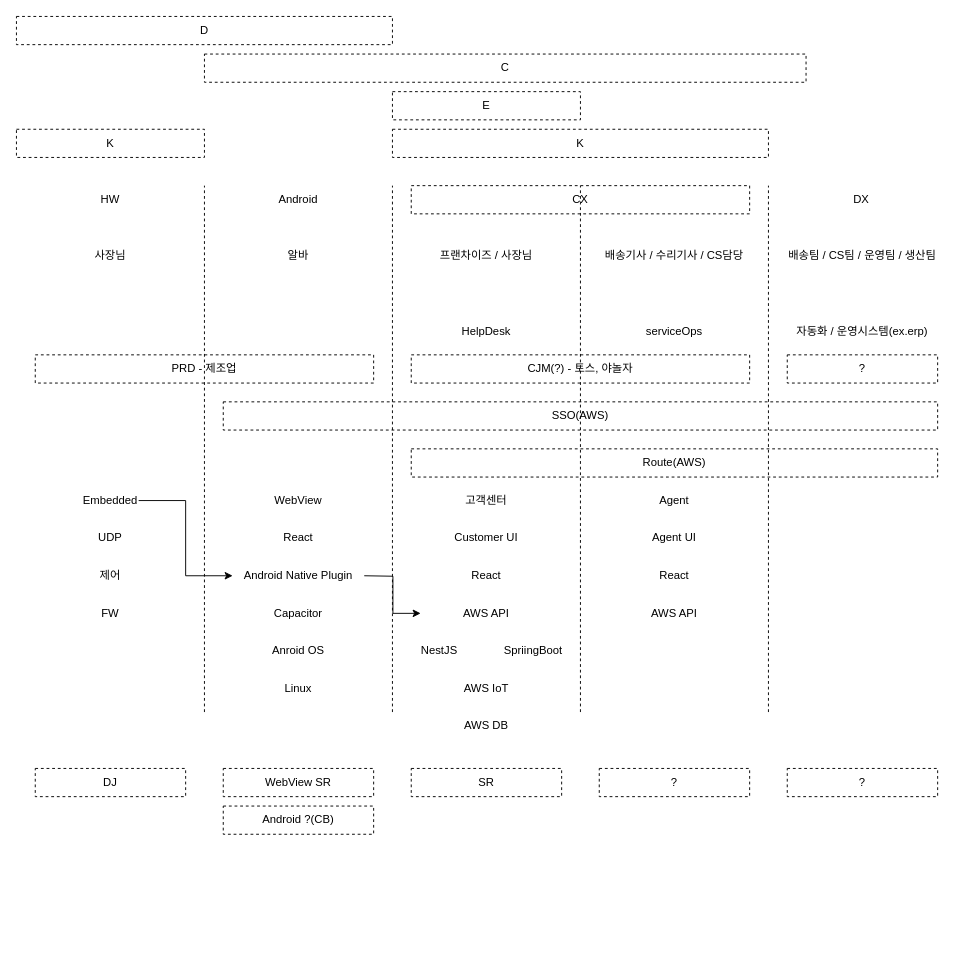
This is 제목 없는 다이어그램.drawio from devchan64/note, a draw.io file, before an edit. Source tidied: cells renumbered, new cells numbered last; positions are measured from the earlier drawing's top-left corner, leaving out a move shared by most shapes. Both pictures are drawn from the tidied source at 94%, with x=0, y=0 at pixel (16, 16).
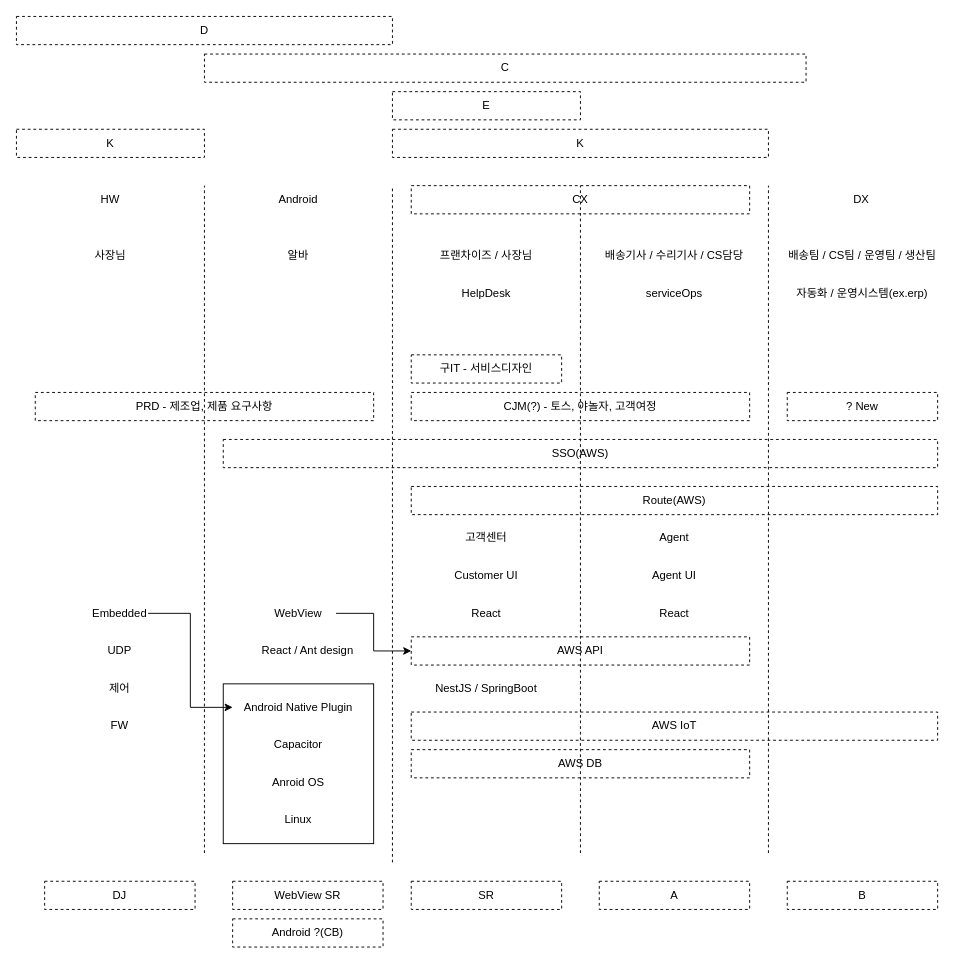
The same diagram, later.

Commit message (it also covers changes not shown here):
제목 없는 다이어그램.drawio 업데이트

The edit, as a diff of the source:
```diff
@@
+    <mxCell id="58" style="rounded=0;whiteSpace=wrap;html=1;" parent="1" vertex="1">
+      <mxGeometry x="220" y="710" width="160" height="170" as="geometry" />
+    </mxCell>
     <mxCell id="2" style="endArrow=none;html=1;rounded=0;dashed=1;" parent="1" edge="1">
       <mxGeometry relative="1" as="geometry">
-        <mxPoint x="200" y="740" as="sourcePoint" />
+        <mxPoint x="200" y="890" as="sourcePoint" />
         <mxPoint x="200" y="180" as="targetPoint" />
       </mxGeometry>
     </mxCell>
     <mxCell id="3" style="endArrow=none;html=1;rounded=0;dashed=1;" parent="1" edge="1">
       <mxGeometry relative="1" as="geometry">
-        <mxPoint x="400" y="740" as="sourcePoint" />
+        <mxPoint x="400" y="900" as="sourcePoint" />
         <mxPoint x="400" y="180" as="targetPoint" />
       </mxGeometry>
     </mxCell>
     <mxCell id="4" style="endArrow=none;html=1;rounded=0;dashed=1;" parent="1" edge="1">
       <mxGeometry relative="1" as="geometry">
-        <mxPoint x="600" y="740" as="sourcePoint" />
+        <mxPoint x="600" y="890" as="sourcePoint" />
         <mxPoint x="600" y="180" as="targetPoint" />
       </mxGeometry>
     </mxCell>
@@
     <mxCell id="6" value="Embedded" style="text;html=1;align=center;verticalAlign=middle;whiteSpace=wrap;rounded=0;" parent="1" vertex="1">
-      <mxGeometry x="70" y="500" width="60" height="30" as="geometry" />
+      <mxGeometry x="80" y="620" width="60" height="30" as="geometry" />
     </mxCell>
     <mxCell id="7" value="고객센터" style="text;html=1;align=center;verticalAlign=middle;whiteSpace=wrap;rounded=0;" parent="1" vertex="1">
-      <mxGeometry x="470" y="500" width="60" height="30" as="geometry" />
+      <mxGeometry x="470" y="540" width="60" height="30" as="geometry" />
     </mxCell>
     <mxCell id="8" value="Agent" style="text;html=1;align=center;verticalAlign=middle;whiteSpace=wrap;rounded=0;" parent="1" vertex="1">
-      <mxGeometry x="670" y="500" width="60" height="30" as="geometry" />
+      <mxGeometry x="670" y="540" width="60" height="30" as="geometry" />
     </mxCell>
     <mxCell id="9" value="Customer UI" style="text;html=1;align=center;verticalAlign=middle;whiteSpace=wrap;rounded=0;" parent="1" vertex="1">
-      <mxGeometry x="430" y="540" width="140" height="30" as="geometry" />
+      <mxGeometry x="430" y="580" width="140" height="30" as="geometry" />
     </mxCell>
     <mxCell id="10" value="Agent UI" style="text;html=1;align=center;verticalAlign=middle;whiteSpace=wrap;rounded=0;" parent="1" vertex="1">
-      <mxGeometry x="630" y="540" width="140" height="30" as="geometry" />
+      <mxGeometry x="630" y="580" width="140" height="30" as="geometry" />
     </mxCell>
     <mxCell id="11" value="WebView" style="text;html=1;align=center;verticalAlign=middle;whiteSpace=wrap;rounded=0;" parent="1" vertex="1">
-      <mxGeometry x="230" y="500" width="140" height="30" as="geometry" />
+      <mxGeometry x="260" y="620" width="80" height="30" as="geometry" />
     </mxCell>
-    <mxCell id="12" style="edgeStyle=orthogonalEdgeStyle;rounded=0;jettySize=auto;html=1;exitX=1;exitY=0.5;exitDx=0;exitDy=0;entryX=0;entryY=0.5;entryDx=0;entryDy=0;" parent="1" edge="1" target="20">
-      <mxGeometry relative="1" as="geometry">
-        <mxPoint x="370" y="595" as="sourcePoint" />
-      </mxGeometry>
+    <mxCell id="12" style="edgeStyle=orthogonalEdgeStyle;rounded=0;jettySize=auto;html=1;exitX=1;exitY=0.5;exitDx=0;exitDy=0;entryX=0;entryY=0.5;entryDx=0;entryDy=0;" parent="1" edge="1" source="11" target="20">
+      <mxGeometry relative="1" as="geometry" />
     </mxCell>
-    <mxCell id="13" value="React" style="text;html=1;align=center;verticalAlign=middle;whiteSpace=wrap;rounded=0;" parent="1" vertex="1">
-      <mxGeometry x="230" y="540" width="140" height="30" as="geometry" />
+    <mxCell id="13" value="React / Ant design" style="text;html=1;align=center;verticalAlign=middle;whiteSpace=wrap;rounded=0;" parent="1" vertex="1">
+      <mxGeometry x="240" y="660" width="140" height="30" as="geometry" />
     </mxCell>
     <mxCell id="14" value="React" style="text;html=1;align=center;verticalAlign=middle;whiteSpace=wrap;rounded=0;" parent="1" vertex="1">
-      <mxGeometry x="430" y="580" width="140" height="30" as="geometry" />
+      <mxGeometry x="430" y="620" width="140" height="30" as="geometry" />
     </mxCell>
     <mxCell id="15" value="React" style="text;html=1;align=center;verticalAlign=middle;whiteSpace=wrap;rounded=0;" parent="1" vertex="1">
-      <mxGeometry x="630" y="580" width="140" height="30" as="geometry" />
+      <mxGeometry x="630" y="620" width="140" height="30" as="geometry" />
     </mxCell>
     <mxCell id="16" value="Android Native Plugin" style="text;html=1;align=center;verticalAlign=middle;whiteSpace=wrap;rounded=0;" parent="1" vertex="1">
-      <mxGeometry x="230" y="580" width="140" height="30" as="geometry" />
+      <mxGeometry x="230" y="720" width="140" height="30" as="geometry" />
     </mxCell>
     <mxCell id="17" value="Capacitor" style="text;html=1;align=center;verticalAlign=middle;whiteSpace=wrap;rounded=0;" parent="1" vertex="1">
-      <mxGeometry x="230" y="620" width="140" height="30" as="geometry" />
+      <mxGeometry x="230" y="760" width="140" height="30" as="geometry" />
     </mxCell>
     <mxCell id="18" value="Anroid OS" style="text;html=1;align=center;verticalAlign=middle;whiteSpace=wrap;rounded=0;" parent="1" vertex="1">
-      <mxGeometry x="230" y="660" width="140" height="30" as="geometry" />
+      <mxGeometry x="230" y="800" width="140" height="30" as="geometry" />
     </mxCell>
     <mxCell id="19" value="Linux" style="text;html=1;align=center;verticalAlign=middle;whiteSpace=wrap;rounded=0;" parent="1" vertex="1">
-      <mxGeometry x="230" y="700" width="140" height="30" as="geometry" />
+      <mxGeometry x="230" y="840" width="140" height="30" as="geometry" />
     </mxCell>
-    <mxCell id="20" value="AWS API" style="text;html=1;align=center;verticalAlign=middle;whiteSpace=wrap;rounded=0;" parent="1" vertex="1">
-      <mxGeometry x="430" y="620" width="140" height="30" as="geometry" />
+    <mxCell id="20" value="AWS API" style="text;html=1;align=center;verticalAlign=middle;whiteSpace=wrap;rounded=0;strokeColor=default;dashed=1;" parent="1" vertex="1">
+      <mxGeometry x="420" y="660" width="360" height="30" as="geometry" />
     </mxCell>
-    <mxCell id="21" value="NestJS" style="text;html=1;align=center;verticalAlign=middle;whiteSpace=wrap;rounded=0;" parent="1" vertex="1">
-      <mxGeometry x="400" y="660" width="100" height="30" as="geometry" />
+    <mxCell id="21" value="NestJS / SpringBoot" style="text;html=1;align=center;verticalAlign=middle;whiteSpace=wrap;rounded=0;" parent="1" vertex="1">
+      <mxGeometry x="400" y="700" width="200" height="30" as="geometry" />
     </mxCell>
-    <mxCell id="22" value="SpriingBoot" style="text;html=1;align=center;verticalAlign=middle;whiteSpace=wrap;rounded=0;" parent="1" vertex="1">
-      <mxGeometry x="500" y="660" width="100" height="30" as="geometry" />
-    </mxCell>
-    <mxCell id="23" value="AWS IoT" style="text;html=1;align=center;verticalAlign=middle;whiteSpace=wrap;rounded=0;" parent="1" vertex="1">
-      <mxGeometry x="430" y="700" width="140" height="30" as="geometry" />
+    <mxCell id="23" value="AWS IoT" style="text;html=1;align=center;verticalAlign=middle;whiteSpace=wrap;rounded=0;strokeColor=default;dashed=1;" parent="1" vertex="1">
+      <mxGeometry x="420" y="740" width="560" height="30" as="geometry" />
     </mxCell>
-    <mxCell id="24" value="AWS DB" style="text;html=1;align=center;verticalAlign=middle;whiteSpace=wrap;rounded=0;" parent="1" vertex="1">
-      <mxGeometry x="430" y="740" width="140" height="30" as="geometry" />
+    <mxCell id="24" value="AWS DB" style="text;html=1;align=center;verticalAlign=middle;whiteSpace=wrap;rounded=0;strokeColor=default;dashed=1;" parent="1" vertex="1">
+      <mxGeometry x="420" y="780" width="360" height="30" as="geometry" />
     </mxCell>
-    <mxCell id="25" value="AWS API" style="text;html=1;align=center;verticalAlign=middle;whiteSpace=wrap;rounded=0;" parent="1" vertex="1">
-      <mxGeometry x="630" y="620" width="140" height="30" as="geometry" />
-    </mxCell>
     <mxCell id="26" style="endArrow=none;html=1;rounded=0;dashed=1;" parent="1" edge="1">
       <mxGeometry relative="1" as="geometry">
-        <mxPoint x="800" y="740" as="sourcePoint" />
+        <mxPoint x="800" y="890" as="sourcePoint" />
         <mxPoint x="800" y="180" as="targetPoint" />
       </mxGeometry>
     </mxCell>
-    <mxCell id="27" value="PRD - 제조업" style="text;html=1;align=center;verticalAlign=middle;whiteSpace=wrap;rounded=0;dashed=1;strokeColor=default;" parent="1" vertex="1">
-      <mxGeometry x="20" y="360" width="360" height="30" as="geometry" />
+    <mxCell id="27" value="PRD - 제조업, 제품 요구사항" style="text;html=1;align=center;verticalAlign=middle;whiteSpace=wrap;rounded=0;dashed=1;strokeColor=default;" parent="1" vertex="1">
+      <mxGeometry x="20" y="400" width="360" height="30" as="geometry" />
     </mxCell>
-    <mxCell id="28" value="CJM(?) - 토스, 야놀자" style="text;html=1;align=center;verticalAlign=middle;whiteSpace=wrap;rounded=0;dashed=1;strokeColor=default;" parent="1" vertex="1">
-      <mxGeometry x="420" y="360" width="360" height="30" as="geometry" />
+    <mxCell id="28" value="CJM(?) - 토스, 야놀자, 고객여정" style="text;html=1;align=center;verticalAlign=middle;whiteSpace=wrap;rounded=0;dashed=1;strokeColor=default;" parent="1" vertex="1">
+      <mxGeometry x="420" y="400" width="360" height="30" as="geometry" />
     </mxCell>
-    <mxCell id="29" value="?" style="text;html=1;align=center;verticalAlign=middle;whiteSpace=wrap;rounded=0;dashed=1;strokeColor=default;" parent="1" vertex="1">
-      <mxGeometry x="820" y="360" width="160" height="30" as="geometry" />
+    <mxCell id="29" value="? New" style="text;html=1;align=center;verticalAlign=middle;whiteSpace=wrap;rounded=0;dashed=1;strokeColor=default;" parent="1" vertex="1">
+      <mxGeometry x="820" y="400" width="160" height="30" as="geometry" />
     </mxCell>
@@
     <mxCell id="34" value="UDP" style="text;html=1;align=center;verticalAlign=middle;whiteSpace=wrap;rounded=0;" parent="1" vertex="1">
-      <mxGeometry x="70" y="540" width="60" height="30" as="geometry" />
+      <mxGeometry x="80" y="660" width="60" height="30" as="geometry" />
     </mxCell>
     <mxCell id="35" value="제어" style="text;html=1;align=center;verticalAlign=middle;whiteSpace=wrap;rounded=0;" parent="1" vertex="1">
-      <mxGeometry x="70" y="580" width="60" height="30" as="geometry" />
+      <mxGeometry x="80" y="700" width="60" height="30" as="geometry" />
     </mxCell>
     <mxCell id="36" value="FW" style="text;html=1;align=center;verticalAlign=middle;whiteSpace=wrap;rounded=0;" parent="1" vertex="1">
-      <mxGeometry x="70" y="620" width="60" height="30" as="geometry" />
+      <mxGeometry x="80" y="740" width="60" height="30" as="geometry" />
     </mxCell>
     <mxCell id="37" value="SSO(AWS)" style="text;html=1;align=center;verticalAlign=middle;whiteSpace=wrap;rounded=0;strokeColor=default;dashed=1;" parent="1" vertex="1">
-      <mxGeometry x="220" y="410" width="760" height="30" as="geometry" />
+      <mxGeometry x="220" y="450" width="760" height="30" as="geometry" />
     </mxCell>
     <mxCell id="38" value="Route(AWS)" style="text;html=1;align=center;verticalAlign=middle;whiteSpace=wrap;rounded=0;strokeColor=default;dashed=1;" parent="1" vertex="1">
-      <mxGeometry x="420" y="460" width="560" height="30" as="geometry" />
+      <mxGeometry x="420" y="500" width="560" height="30" as="geometry" />
     </mxCell>
     <mxCell id="39" value="자동화 / 운영시스템(ex.erp)" style="text;html=1;align=center;verticalAlign=middle;whiteSpace=wrap;rounded=0;" parent="1" vertex="1">
-      <mxGeometry x="800" y="320" width="200" height="30" as="geometry" />
+      <mxGeometry x="800" y="280" width="200" height="30" as="geometry" />
     </mxCell>
     <mxCell id="40" value="serviceOps" style="text;html=1;align=center;verticalAlign=middle;whiteSpace=wrap;rounded=0;" parent="1" vertex="1">
-      <mxGeometry x="670" y="320" width="60" height="30" as="geometry" />
+      <mxGeometry x="670" y="280" width="60" height="30" as="geometry" />
     </mxCell>
@@
     <mxCell id="44" value="DJ" style="text;html=1;align=center;verticalAlign=middle;whiteSpace=wrap;rounded=0;dashed=1;strokeColor=default;" parent="1" vertex="1">
-      <mxGeometry x="20" y="800" width="160" height="30" as="geometry" />
+      <mxGeometry x="30" y="920" width="160" height="30" as="geometry" />
     </mxCell>
     <mxCell id="45" value="SR" style="text;html=1;align=center;verticalAlign=middle;whiteSpace=wrap;rounded=0;dashed=1;strokeColor=default;" parent="1" vertex="1">
-      <mxGeometry x="420" y="800" width="160" height="30" as="geometry" />
+      <mxGeometry x="420" y="920" width="160" height="30" as="geometry" />
     </mxCell>
     <mxCell id="46" value="WebView SR" style="text;html=1;align=center;verticalAlign=middle;whiteSpace=wrap;rounded=0;dashed=1;strokeColor=default;" parent="1" vertex="1">
-      <mxGeometry x="220" y="800" width="160" height="30" as="geometry" />
+      <mxGeometry x="230" y="920" width="160" height="30" as="geometry" />
     </mxCell>
     <mxCell id="47" value="Android ?(CB)" style="text;html=1;align=center;verticalAlign=middle;whiteSpace=wrap;rounded=0;dashed=1;strokeColor=default;" parent="1" vertex="1">
-      <mxGeometry x="220" y="840" width="160" height="30" as="geometry" />
+      <mxGeometry x="230" y="960" width="160" height="30" as="geometry" />
     </mxCell>
-    <mxCell id="48" value="?" style="text;html=1;align=center;verticalAlign=middle;whiteSpace=wrap;rounded=0;dashed=1;strokeColor=default;" parent="1" vertex="1">
-      <mxGeometry x="620" y="800" width="160" height="30" as="geometry" />
+    <mxCell id="48" value="A" style="text;html=1;align=center;verticalAlign=middle;whiteSpace=wrap;rounded=0;dashed=1;strokeColor=default;" parent="1" vertex="1">
+      <mxGeometry x="620" y="920" width="160" height="30" as="geometry" />
     </mxCell>
-    <mxCell id="49" value="?" style="text;html=1;align=center;verticalAlign=middle;whiteSpace=wrap;rounded=0;dashed=1;strokeColor=default;" parent="1" vertex="1">
-      <mxGeometry x="820" y="800" width="160" height="30" as="geometry" />
+    <mxCell id="49" value="B" style="text;html=1;align=center;verticalAlign=middle;whiteSpace=wrap;rounded=0;dashed=1;strokeColor=default;" parent="1" vertex="1">
+      <mxGeometry x="820" y="920" width="160" height="30" as="geometry" />
     </mxCell>
     <mxCell id="50" value="HelpDesk" style="text;html=1;align=center;verticalAlign=middle;whiteSpace=wrap;rounded=0;" parent="1" vertex="1">
-      <mxGeometry x="470" y="320" width="60" height="30" as="geometry" />
+      <mxGeometry x="470" y="280" width="60" height="30" as="geometry" />
     </mxCell>
@@
+    <mxCell id="59" value="구IT - 서비스디자인" style="text;html=1;align=center;verticalAlign=middle;whiteSpace=wrap;rounded=0;dashed=1;strokeColor=default;" parent="1" vertex="1">
+      <mxGeometry x="420" y="360" width="160" height="30" as="geometry" />
+    </mxCell>
```
